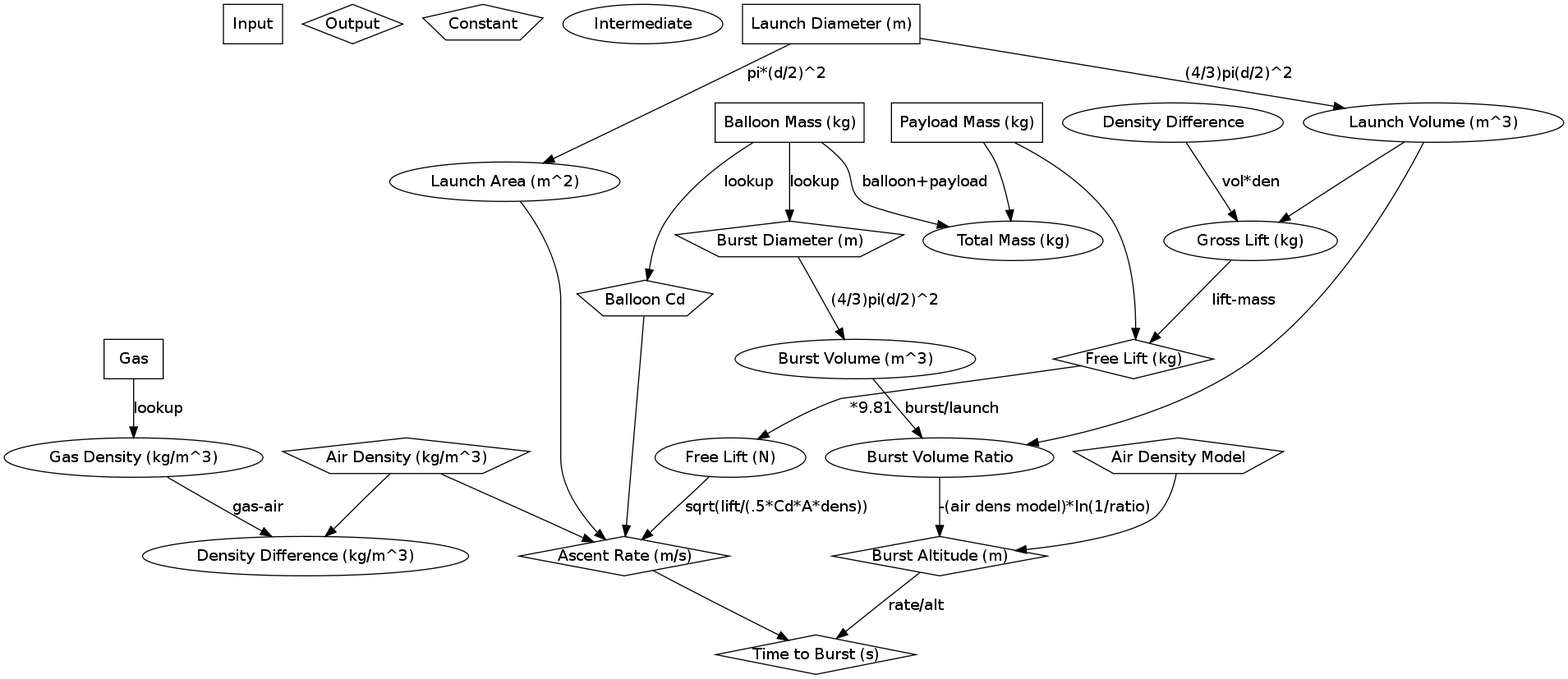
adamgreig/cusf-burst-calc keeps this Graphviz diagram as original_flow.png. Above is the earlier version. Its source is kept beside it as original_flow.dot. Its diagram source:
```dot
digraph logicflow {
    "Input" [shape=box];
    "Output" [shape=diamond];
    "Constant" [shape=pentagon];
    "Intermediate" [shape=ellipse];
    "Gas" [shape=box];
    "Launch Diameter (m)" [shape=box];
    "Balloon Mass (kg)" [shape=box];
    "Payload Mass (kg)" [shape=box];
    "Free Lift (kg)" [shape=diamond];
    "Ascent Rate (m/s)" [shape=diamond];
    "Burst Altitude (m)" [shape=diamond];
    "Time to Burst (s)" [shape=diamond];
    "Air Density (kg/m^3)" [shape=pentagon];
    "Air Density Model" [shape=pentagon];
    "Balloon Cd" [shape=pentagon];
    "Burst Diameter (m)" [shape=pentagon];
    node [shape=ellipse];
    "Gas" -> "Gas Density (kg/m^3)" [label="lookup"];
    "Gas Density (kg/m^3)" -> "Density Difference (kg/m^3)" [label="gas-air"];
    "Air Density (kg/m^3)" -> "Density Difference (kg/m^3)";
    "Density Difference" -> "Gross Lift (kg)" [label="vol*den"];
    "Launch Diameter (m)" -> "Launch Volume (m^3)" [label="(4/3)pi(d/2)^2"];
    "Launch Volume (m^3)" -> "Gross Lift (kg)";
    "Balloon Mass (kg)" -> "Total Mass (kg)" [label="balloon+payload"];
    "Payload Mass (kg)" -> "Total Mass (kg)";
    "Gross Lift (kg)" -> "Free Lift (kg)" [label="lift-mass"];
    "Payload Mass (kg)" -> "Free Lift (kg)";
    "Free Lift (kg)" -> "Free Lift (N)" [label="*9.81"];
    "Balloon Mass (kg)" -> "Balloon Cd" [label="lookup"];
    "Air Density (kg/m^3)" -> "Ascent Rate (m/s)";
    "Balloon Cd" -> "Ascent Rate (m/s)";
    "Free Lift (N)" -> "Ascent Rate (m/s)" [label="sqrt(lift/(.5*Cd*A*dens))"];
    "Launch Diameter (m)" -> "Launch Area (m^2)" [label="pi*(d/2)^2"];
    "Launch Area (m^2)" -> "Ascent Rate (m/s)";
    "Balloon Mass (kg)" -> "Burst Diameter (m)" [label="lookup"];
    "Burst Diameter (m)" -> "Burst Volume (m^3)" [label="(4/3)pi(d/2)^2"];
    "Burst Volume (m^3)" -> "Burst Volume Ratio" [label="burst/launch"];
    "Launch Volume (m^3)" -> "Burst Volume Ratio";
    "Burst Volume Ratio" -> "Burst Altitude (m)"
        [label="-(air dens model)*ln(1/ratio)"];
    "Air Density Model" -> "Burst Altitude (m)";
    "Burst Altitude (m)" -> "Time to Burst (s)" [label="rate/alt"];
    "Ascent Rate (m/s)" -> "Time to Burst (s)";
}
```
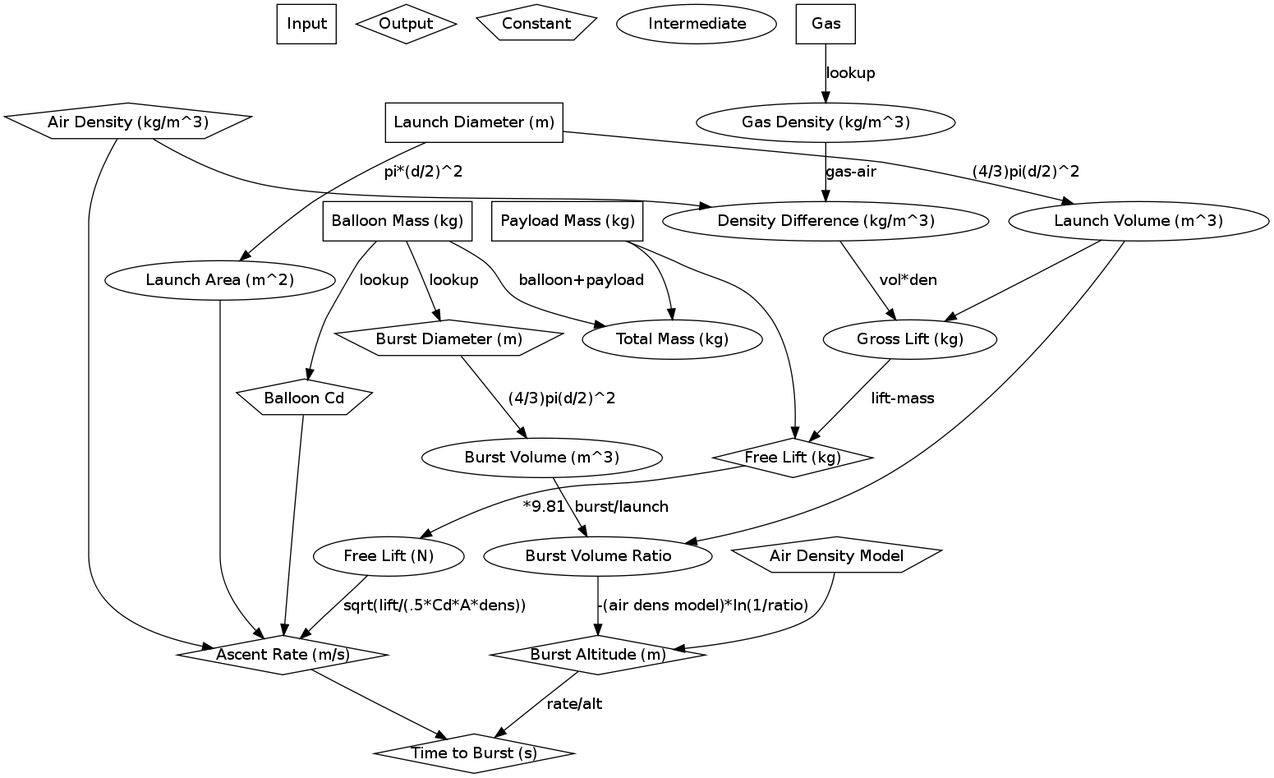
Above is the later version.

Commit message:
Fixed slight typo in original flow diagram

The edit, as a diff of the source:
```diff
@@ -19,7 +19,7 @@
     "Gas" -> "Gas Density (kg/m^3)" [label="lookup"];
     "Gas Density (kg/m^3)" -> "Density Difference (kg/m^3)" [label="gas-air"];
     "Air Density (kg/m^3)" -> "Density Difference (kg/m^3)";
-    "Density Difference" -> "Gross Lift (kg)" [label="vol*den"];
+    "Density Difference (kg/m^3)" -> "Gross Lift (kg)" [label="vol*den"];
     "Launch Diameter (m)" -> "Launch Volume (m^3)" [label="(4/3)pi(d/2)^2"];
     "Launch Volume (m^3)" -> "Gross Lift (kg)";
     "Balloon Mass (kg)" -> "Total Mass (kg)" [label="balloon+payload"];
```
